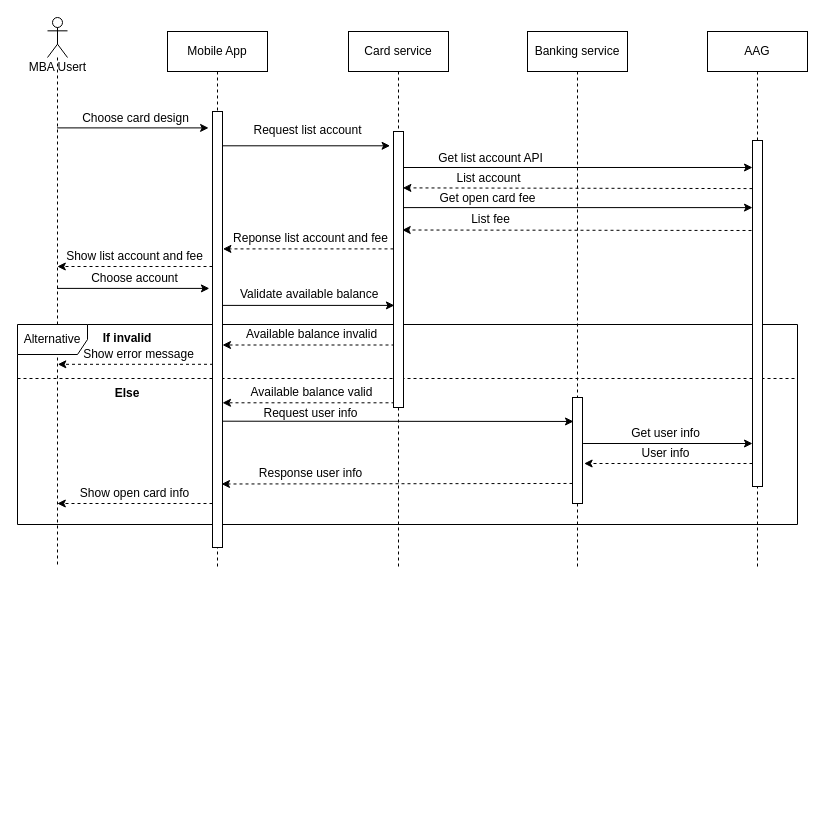
The draw.io diagram page "Open-card-user-info" (3 of 13) of Sequence Diagram.drawio in lyminh1994/diagram, before the edit. Source tidied: cells renumbered, new cells numbered last; positions are measured from the earlier drawing's top-left corner, leaving out a move shared by most shapes. Both pictures are drawn from the tidied source at 100%, with x=0, y=0 at pixel (17, 17).
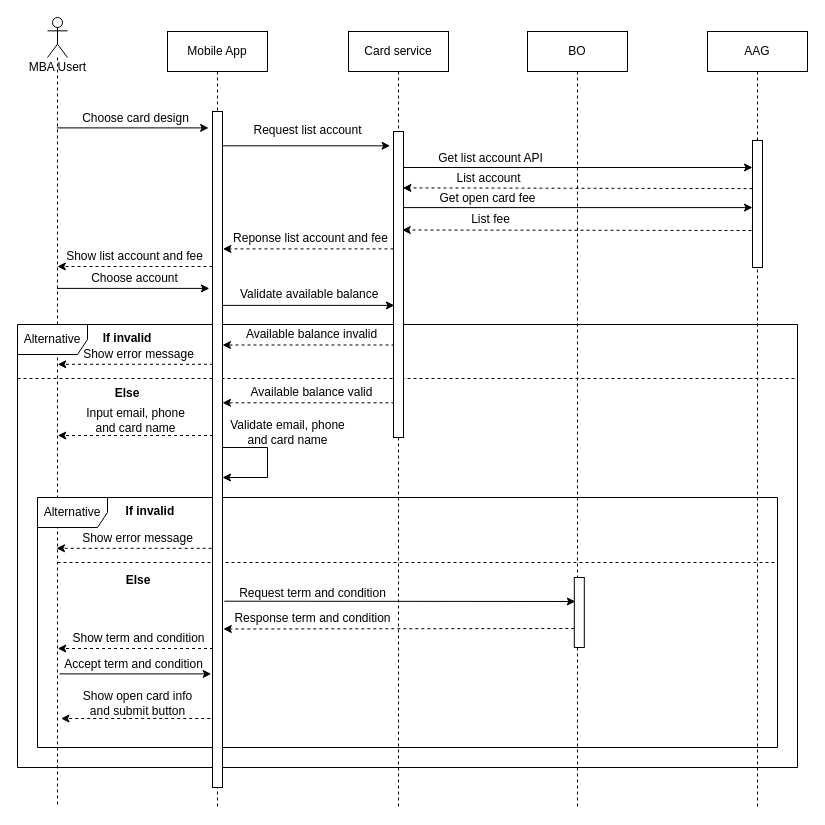
Above is the later version.

Diff of the diagram source:
```diff
@@
     <mxCell id="4" value="MBA Usert" style="shape=umlLifeline;participant=umlActor;perimeter=lifelinePerimeter;html=1;verticalAlign=top;spacingTop=36;strokeColor=#000000;strokeWidth=1;fillColor=none;size=40;" parent="1" vertex="1">
-      <mxGeometry x="30" width="20" height="550" as="geometry" />
+      <mxGeometry x="30" width="20" height="790" as="geometry" />
     </mxCell>
     <mxCell id="5" value="&lt;span&gt;Mobile App&lt;/span&gt;" style="shape=umlLifeline;perimeter=lifelinePerimeter;whiteSpace=wrap;html=1;rounded=0;shadow=0;strokeColor=#000000;strokeWidth=1;fillColor=none;verticalAlign=middle;" parent="1" vertex="1">
-      <mxGeometry x="150" y="14" width="100" height="536" as="geometry" />
+      <mxGeometry x="150" y="14" width="100" height="776" as="geometry" />
     </mxCell>
     <mxCell id="6" value="&lt;span&gt;Card service&lt;/span&gt;" style="shape=umlLifeline;perimeter=lifelinePerimeter;whiteSpace=wrap;html=1;rounded=0;shadow=0;strokeColor=#000000;strokeWidth=1;fillColor=none;verticalAlign=middle;" parent="1" vertex="1">
-      <mxGeometry x="331" y="14" width="100" height="536" as="geometry" />
+      <mxGeometry x="331" y="14" width="100" height="776" as="geometry" />
     </mxCell>
     <mxCell id="7" value="&lt;span&gt;AAG&lt;/span&gt;" style="shape=umlLifeline;perimeter=lifelinePerimeter;whiteSpace=wrap;html=1;rounded=0;shadow=0;strokeColor=#000000;strokeWidth=1;fillColor=none;verticalAlign=middle;" parent="1" vertex="1">
-      <mxGeometry x="690" y="14" width="100" height="536" as="geometry" />
+      <mxGeometry x="690" y="14" width="100" height="776" as="geometry" />
     </mxCell>
@@
-    <mxCell id="12" value="Banking service" style="shape=umlLifeline;perimeter=lifelinePerimeter;whiteSpace=wrap;html=1;" parent="1" vertex="1">
-      <mxGeometry x="510" y="14" width="100" height="536" as="geometry" />
+    <mxCell id="12" value="BO" style="shape=umlLifeline;perimeter=lifelinePerimeter;whiteSpace=wrap;html=1;" parent="1" vertex="1">
+      <mxGeometry x="510" y="14" width="100" height="776" as="geometry" />
     </mxCell>
@@
-    <mxCell id="21" style="edgeStyle=none;rounded=0;jettySize=auto;html=1;fontSize=12;entryX=0;entryY=0.078;entryDx=0;entryDy=0;entryPerimeter=0;" parent="1" edge="1" target="45">
+    <mxCell id="21" style="edgeStyle=none;rounded=0;orthogonalLoop=1;jettySize=auto;html=1;fontSize=12;entryX=0;entryY=0.078;entryDx=0;entryDy=0;entryPerimeter=0;" parent="1" edge="1">
       <mxGeometry relative="1" as="geometry">
         <mxPoint x="386" y="150" as="sourcePoint" />
+        <mxPoint x="735" y="150" as="targetPoint" />
       </mxGeometry>
     </mxCell>
-    <mxCell id="22" style="edgeStyle=none;rounded=0;jettySize=auto;html=1;entryX=0;entryY=0.194;entryDx=0;entryDy=0;entryPerimeter=0;fontSize=12;" parent="1" edge="1" target="45">
+    <mxCell id="22" style="edgeStyle=none;rounded=0;orthogonalLoop=1;jettySize=auto;html=1;entryX=0;entryY=0.194;entryDx=0;entryDy=0;entryPerimeter=0;fontSize=12;" parent="1" edge="1">
       <mxGeometry relative="1" as="geometry">
         <mxPoint x="386" y="190.1" as="sourcePoint" />
+        <mxPoint x="735" y="190.1" as="targetPoint" />
       </mxGeometry>
     </mxCell>
@@
-    <mxCell id="24" style="edgeStyle=none;rounded=0;jettySize=auto;html=1;entryX=0.943;entryY=0.74;entryDx=0;entryDy=0;entryPerimeter=0;dashed=1;fontSize=12;exitX=0;exitY=0.139;exitDx=0;exitDy=0;exitPerimeter=0;" parent="1" edge="1" source="45">
+    <mxCell id="24" style="edgeStyle=none;rounded=0;orthogonalLoop=1;jettySize=auto;html=1;entryX=0.943;entryY=0.74;entryDx=0;entryDy=0;entryPerimeter=0;dashed=1;fontSize=12;exitX=0;exitY=0.139;exitDx=0;exitDy=0;exitPerimeter=0;" parent="1" edge="1">
       <mxGeometry relative="1" as="geometry">
+        <mxPoint x="735" y="171.1" as="sourcePoint" />
         <mxPoint x="385.4" y="170.4" as="targetPoint" />
       </mxGeometry>
     </mxCell>
@@
     <mxCell id="27" value="Alternative" style="shape=umlFrame;whiteSpace=wrap;html=1;fontSize=12;verticalAlign=middle;width=70;height=30;" parent="1" vertex="1">
-      <mxGeometry y="307" width="780" height="200" as="geometry" />
+      <mxGeometry y="307" width="780" height="443" as="geometry" />
     </mxCell>
-    <mxCell id="28" value="Request user info" style="text;html=1;align=center;verticalAlign=middle;strokeColor=none;fontSize=12;" parent="1" vertex="1">
-      <mxGeometry x="237.9" y="386" width="110" height="20" as="geometry" />
+    <mxCell id="28" value="Request term and condition" style="text;html=1;align=center;verticalAlign=middle;strokeColor=none;fontSize=12;" parent="1" vertex="1">
+      <mxGeometry x="214.7" y="566" width="160" height="20" as="geometry" />
     </mxCell>
-    <mxCell id="29" value="Get user info" style="text;html=1;align=center;verticalAlign=middle;strokeColor=none;fontSize=12;" parent="1" vertex="1">
-      <mxGeometry x="608" y="406" width="80" height="20" as="geometry" />
-    </mxCell>
-    <mxCell id="30" value="User info" style="text;html=1;align=center;verticalAlign=middle;strokeColor=none;fontSize=12;" parent="1" vertex="1">
-      <mxGeometry x="618" y="426" width="60" height="20" as="geometry" />
-    </mxCell>
-    <mxCell id="31" value="Response user info" style="text;html=1;align=center;verticalAlign=middle;strokeColor=none;fontSize=12;" parent="1" vertex="1">
-      <mxGeometry x="232.9" y="446" width="120" height="20" as="geometry" />
+    <mxCell id="31" value="Response term and condition" style="text;html=1;align=center;verticalAlign=middle;strokeColor=none;fontSize=12;" parent="1" vertex="1">
+      <mxGeometry x="209.7" y="591" width="170" height="20" as="geometry" />
     </mxCell>
-    <mxCell id="32" value="Show open card info" style="text;html=1;align=center;verticalAlign=middle;strokeColor=none;fontSize=12;" parent="1" vertex="1">
-      <mxGeometry x="56.6" y="466" width="120" height="20" as="geometry" />
+    <mxCell id="32" value="Show open card info&lt;br&gt;and submit button" style="text;html=1;align=center;verticalAlign=middle;strokeColor=none;fontSize=12;" parent="1" vertex="1">
+      <mxGeometry x="59.8" y="671" width="120" height="30" as="geometry" />
     </mxCell>
-    <mxCell id="33" style="edgeStyle=none;rounded=0;jettySize=auto;html=1;fontSize=12;entryX=0.1;entryY=0.226;entryDx=0;entryDy=0;entryPerimeter=0;" parent="1" edge="1" target="50">
+    <mxCell id="33" style="edgeStyle=none;rounded=0;orthogonalLoop=1;jettySize=auto;html=1;fontSize=12;entryX=0.1;entryY=0.226;entryDx=0;entryDy=0;entryPerimeter=0;" parent="1" edge="1">
       <mxGeometry relative="1" as="geometry">
-        <mxPoint x="205" y="403.7" as="sourcePoint" />
+        <mxPoint x="206.8" y="583.7" as="sourcePoint" />
+        <mxPoint x="557.8" y="584" as="targetPoint" />
       </mxGeometry>
     </mxCell>
     <mxCell id="34" style="edgeStyle=none;rounded=0;orthogonalLoop=1;jettySize=auto;html=1;dashed=1;fontSize=12;" parent="1" edge="1">
       <mxGeometry relative="1" as="geometry">
-        <mxPoint x="195" y="486" as="sourcePoint" />
-        <mxPoint x="39.8" y="486" as="targetPoint" />
+        <mxPoint x="198.7" y="701" as="sourcePoint" />
+        <mxPoint x="43.5" y="701" as="targetPoint" />
         <Array as="points">
-          <mxPoint x="180" y="486" />
+          <mxPoint x="183.7" y="701" />
         </Array>
       </mxGeometry>
     </mxCell>
-    <mxCell id="35" style="edgeStyle=none;rounded=0;orthogonalLoop=1;jettySize=auto;html=1;entryX=-0.057;entryY=0.947;entryDx=0;entryDy=0;entryPerimeter=0;fontSize=12;" parent="1" edge="1">
-      <mxGeometry relative="1" as="geometry">
-        <mxPoint x="565.6" y="426" as="sourcePoint" />
-        <mxPoint x="735" y="426" as="targetPoint" />
-      </mxGeometry>
-    </mxCell>
-    <mxCell id="36" style="edgeStyle=none;rounded=0;jettySize=auto;html=1;entryX=0.9;entryY=0.953;entryDx=0;entryDy=0;entryPerimeter=0;dashed=1;fontSize=12;exitX=0;exitY=0.811;exitDx=0;exitDy=0;exitPerimeter=0;" parent="1" edge="1" source="50">
+    <mxCell id="36" style="edgeStyle=none;rounded=0;orthogonalLoop=1;jettySize=auto;html=1;entryX=0.9;entryY=0.953;entryDx=0;entryDy=0;entryPerimeter=0;dashed=1;fontSize=12;exitX=0;exitY=0.811;exitDx=0;exitDy=0;exitPerimeter=0;" parent="1" edge="1">
       <mxGeometry relative="1" as="geometry">
-        <mxPoint x="204" y="466.5" as="targetPoint" />
+        <mxPoint x="556.8" y="611" as="sourcePoint" />
+        <mxPoint x="205.8" y="611.5" as="targetPoint" />
       </mxGeometry>
     </mxCell>
-    <mxCell id="37" style="edgeStyle=none;rounded=0;orthogonalLoop=1;jettySize=auto;html=1;entryX=1.157;entryY=0.934;entryDx=0;entryDy=0;entryPerimeter=0;dashed=1;fontSize=12;" parent="1" edge="1">
-      <mxGeometry relative="1" as="geometry">
-        <mxPoint x="735" y="446" as="sourcePoint" />
-        <mxPoint x="566.6" y="446" as="targetPoint" />
-      </mxGeometry>
-    </mxCell>
@@
-    <mxCell id="45" style="html=1;points=[];perimeter=orthogonalPerimeter;fontSize=12;verticalAlign=middle;" parent="1" vertex="1">
-      <mxGeometry x="735" y="123" width="10" height="346" as="geometry" />
-    </mxCell>
     <mxCell id="46" style="html=1;perimeter=orthogonalPerimeter;fontSize=12;verticalAlign=middle;" parent="1" vertex="1">
-      <mxGeometry x="376" y="114" width="10" height="276" as="geometry" />
+      <mxGeometry x="376" y="114" width="10" height="306" as="geometry" />
     </mxCell>
-    <mxCell id="47" style="html=1;perimeter=orthogonalPerimeter;fontSize=12;verticalAlign=middle;" parent="1" vertex="1">
-      <mxGeometry x="195" y="94" width="10" height="436" as="geometry" />
-    </mxCell>
@@
-    <mxCell id="50" style="html=1;points=[];perimeter=orthogonalPerimeter;" parent="1" vertex="1">
-      <mxGeometry x="555" y="380" width="10" height="106" as="geometry" />
-    </mxCell>
+    <mxCell id="51" style="edgeStyle=none;rounded=0;orthogonalLoop=1;jettySize=auto;html=1;dashed=1;fontSize=12;" parent="1" edge="1">
+      <mxGeometry relative="1" as="geometry">
+        <mxPoint x="195.5" y="418" as="sourcePoint" />
+        <mxPoint x="40.3" y="418" as="targetPoint" />
+        <Array as="points">
+          <mxPoint x="180.5" y="418" />
+        </Array>
+      </mxGeometry>
+    </mxCell>
+    <mxCell id="52" value="Input email, phone&lt;br&gt;and card name" style="text;html=1;align=center;verticalAlign=middle;strokeColor=none;fontSize=12;" parent="1" vertex="1">
+      <mxGeometry x="62.9" y="387.8" width="110" height="30" as="geometry" />
+    </mxCell>
+    <mxCell id="53" style="edgeStyle=orthogonalEdgeStyle;rounded=0;orthogonalLoop=1;jettySize=auto;html=1;" parent="1" edge="1">
+      <mxGeometry relative="1" as="geometry">
+        <mxPoint x="205" y="430" as="sourcePoint" />
+        <mxPoint x="205" y="460" as="targetPoint" />
+        <Array as="points">
+          <mxPoint x="250" y="430" />
+          <mxPoint x="250" y="460" />
+        </Array>
+      </mxGeometry>
+    </mxCell>
+    <mxCell id="54" value="Validate email, phone&lt;br&gt;and card name" style="text;html=1;align=center;verticalAlign=middle;strokeColor=none;fontSize=12;" parent="1" vertex="1">
+      <mxGeometry x="205" y="400" width="130" height="30" as="geometry" />
+    </mxCell>
+    <mxCell id="55" value="Alternative" style="shape=umlFrame;whiteSpace=wrap;html=1;width=70;height=30;" parent="1" vertex="1">
+      <mxGeometry x="20" y="480" width="740" height="250" as="geometry" />
+    </mxCell>
+    <mxCell id="56" value="If invalid" style="text;align=center;fontStyle=1;verticalAlign=middle;spacingLeft=3;spacingRight=3;strokeColor=none;dashed=1;fontSize=12;" parent="1" vertex="1">
+      <mxGeometry x="92.9" y="480" width="80" height="26" as="geometry" />
+    </mxCell>
+    <mxCell id="57" value="Show error message" style="text;html=1;align=center;verticalAlign=middle;strokeColor=none;fontSize=12;" parent="1" vertex="1">
+      <mxGeometry x="54.8" y="511" width="130" height="20" as="geometry" />
+    </mxCell>
+    <mxCell id="58" style="edgeStyle=none;rounded=0;orthogonalLoop=1;jettySize=auto;html=1;entryX=0.051;entryY=0.339;entryDx=0;entryDy=0;entryPerimeter=0;dashed=1;fontSize=12;" parent="1" edge="1">
+      <mxGeometry relative="1" as="geometry">
+        <mxPoint x="194.2" y="530.8" as="sourcePoint" />
+        <mxPoint x="39" y="530.8" as="targetPoint" />
+      </mxGeometry>
+    </mxCell>
+    <mxCell id="59" style="html=1;perimeter=orthogonalPerimeter;fontSize=12;verticalAlign=middle;" parent="1" vertex="1">
+      <mxGeometry x="735" y="123" width="10" height="127" as="geometry" />
+    </mxCell>
+    <mxCell id="60" value="Show term and condition" style="text;html=1;align=center;verticalAlign=middle;strokeColor=none;fontSize=12;" parent="1" vertex="1">
+      <mxGeometry x="46.1" y="611" width="150" height="20" as="geometry" />
+    </mxCell>
+    <mxCell id="61" style="edgeStyle=none;rounded=0;orthogonalLoop=1;jettySize=auto;html=1;dashed=1;fontSize=12;" parent="1" edge="1">
+      <mxGeometry relative="1" as="geometry">
+        <mxPoint x="195.5" y="631" as="sourcePoint" />
+        <mxPoint x="40.3" y="631" as="targetPoint" />
+        <Array as="points">
+          <mxPoint x="180.5" y="631" />
+        </Array>
+      </mxGeometry>
+    </mxCell>
+    <mxCell id="62" style="edgeStyle=none;rounded=0;orthogonalLoop=1;jettySize=auto;html=1;entryX=-0.386;entryY=0.666;entryDx=0;entryDy=0;entryPerimeter=0;fontSize=12;" parent="1" edge="1">
+      <mxGeometry relative="1" as="geometry">
+        <mxPoint x="42.1" y="656.4" as="sourcePoint" />
+        <mxPoint x="193.7" y="656.4" as="targetPoint" />
+      </mxGeometry>
+    </mxCell>
+    <mxCell id="63" value="Accept term and condition" style="text;html=1;align=center;verticalAlign=middle;strokeColor=none;fontSize=12;" parent="1" vertex="1">
+      <mxGeometry x="41.1" y="637" width="150" height="20" as="geometry" />
+    </mxCell>
+    <mxCell id="64" style="html=1;perimeter=orthogonalPerimeter;" parent="1" vertex="1">
+      <mxGeometry x="556.8" y="560" width="10" height="70" as="geometry" />
+    </mxCell>
+    <mxCell id="65" value="Else" style="text;align=center;fontStyle=1;verticalAlign=middle;spacingLeft=3;spacingRight=3;strokeColor=none;dashed=1;fontSize=12;" parent="1" vertex="1">
+      <mxGeometry x="81.1" y="549" width="80" height="26" as="geometry" />
+    </mxCell>
+    <mxCell id="66" style="line;strokeWidth=1;fillColor=none;align=left;verticalAlign=middle;spacingTop=-1;spacingLeft=3;spacingRight=3;labelPosition=right;dashed=1;" parent="1" vertex="1">
+      <mxGeometry x="40" y="541" width="720" height="8" as="geometry" />
+    </mxCell>
+    <mxCell id="67" style="html=1;perimeter=orthogonalPerimeter;fontSize=12;verticalAlign=middle;" parent="1" vertex="1">
+      <mxGeometry x="195" y="94" width="10" height="676" as="geometry" />
+    </mxCell>
```
